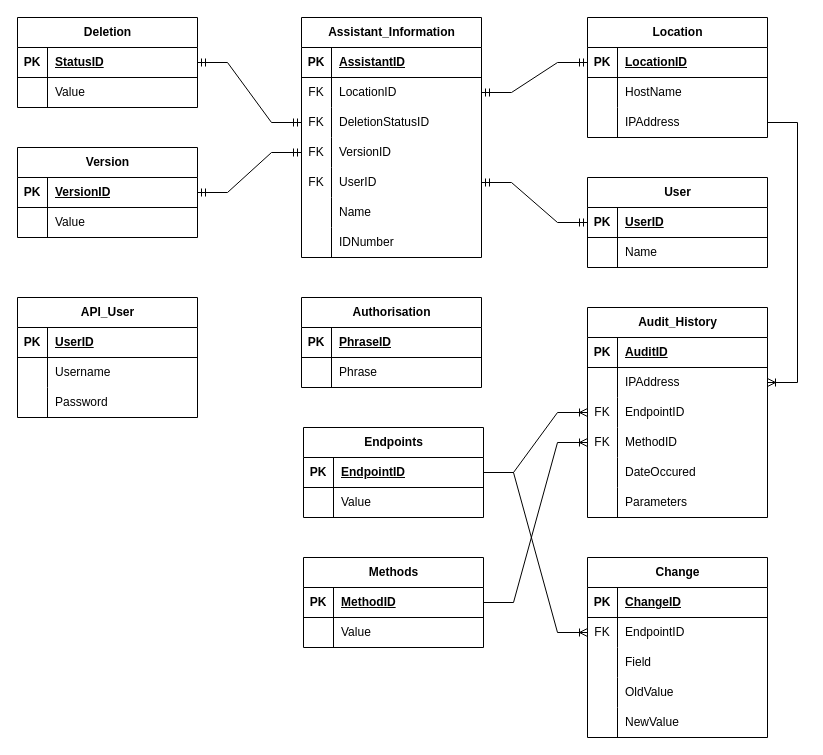
Above: Database ERD.drawio in LegendarySpork9/Hunter-Industries-API (draw.io), before the change. Source tidied: cells renumbered, new cells numbered last; positions are measured from the earlier drawing's top-left corner, leaving out a move shared by most shapes. Both pictures are drawn from the tidied source at 100%, with x=0, y=0 at pixel (17, 17).
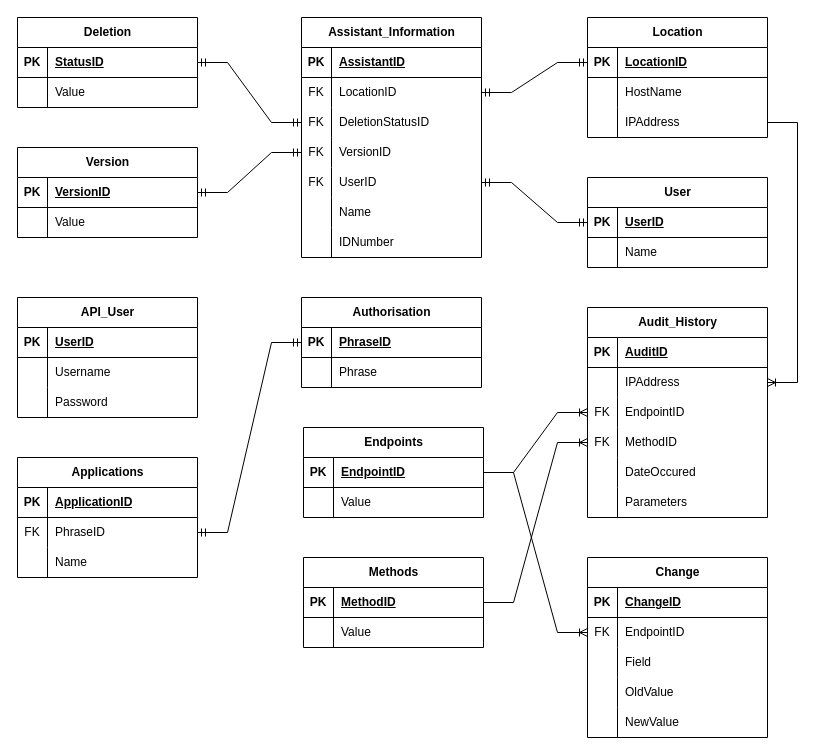
After the change.

Commit message:
API Database ERD

The change refers to these unchanged cells:
```xml
<mxCell id="3" style="shape=tableRow;horizontal=0;startSize=0;swimlaneHead=0;swimlaneBody=0;fillColor=none;points=[[0,0.5],[1,0.5]];portConstraint=eastwest;top=0;left=0;right=0;bottom=1;" parent="2" vertex="1">
  <mxGeometry y="30" width="180" height="30" as="geometry" />
</mxCell>
```

Change to the diagram source:
```diff
@@
+    <mxCell id="129" value="Applications" style="shape=table;startSize=30;childLayout=tableLayout;rowLines=0;fontStyle=1;align=center;html=1;" parent="1" vertex="1">
+      <mxGeometry y="440" width="180" height="120" as="geometry" />
+    </mxCell>
+    <mxCell id="130" style="shape=tableRow;horizontal=0;startSize=0;swimlaneHead=0;swimlaneBody=0;fillColor=none;top=0;left=0;right=0;bottom=1;" parent="129" vertex="1">
+      <mxGeometry y="30" width="180" height="30" as="geometry" />
+    </mxCell>
+    <mxCell id="131" value="PK" style="shape=partialRectangle;fillColor=none;top=0;left=0;bottom=0;right=0;fontStyle=1;overflow=hidden;whiteSpace=wrap;html=1;" parent="130" vertex="1">
+      <mxGeometry width="30" height="30" as="geometry" />
+    </mxCell>
+    <mxCell id="132" value="ApplicationID" style="shape=partialRectangle;fillColor=none;top=0;left=0;bottom=0;right=0;align=left;spacingLeft=6;fontStyle=5;overflow=hidden;whiteSpace=wrap;html=1;" parent="130" vertex="1">
+      <mxGeometry x="30" width="150" height="30" as="geometry" />
+    </mxCell>
+    <mxCell id="133" style="shape=tableRow;horizontal=0;startSize=0;swimlaneHead=0;swimlaneBody=0;fillColor=none;points=[[0,0.5],[1,0.5]];portConstraint=eastwest;top=0;left=0;right=0;bottom=0;" parent="129" vertex="1">
+      <mxGeometry y="60" width="180" height="30" as="geometry" />
+    </mxCell>
+    <mxCell id="134" value="FK" style="shape=partialRectangle;fillColor=none;top=0;left=0;bottom=0;right=0;overflow=hidden;whiteSpace=wrap;html=1;" parent="133" vertex="1">
+      <mxGeometry width="30" height="30" as="geometry" />
+    </mxCell>
+    <mxCell id="135" value="PhraseID" style="shape=partialRectangle;fillColor=none;top=0;left=0;bottom=0;right=0;align=left;spacingLeft=6;overflow=hidden;whiteSpace=wrap;html=1;" parent="133" vertex="1">
+      <mxGeometry x="30" width="150" height="30" as="geometry" />
+    </mxCell>
+    <mxCell id="136" style="shape=tableRow;horizontal=0;startSize=0;swimlaneHead=0;swimlaneBody=0;fillColor=none;top=0;left=0;right=0;bottom=0;" parent="129" vertex="1">
+      <mxGeometry y="90" width="180" height="30" as="geometry" />
+    </mxCell>
+    <mxCell id="137" style="shape=partialRectangle;fillColor=none;top=0;left=0;bottom=0;right=0;overflow=hidden;whiteSpace=wrap;html=1;" parent="136" vertex="1">
+      <mxGeometry width="30" height="30" as="geometry" />
+    </mxCell>
+    <mxCell id="138" value="Name" style="shape=partialRectangle;fillColor=none;top=0;left=0;bottom=0;right=0;align=left;spacingLeft=6;overflow=hidden;whiteSpace=wrap;html=1;" parent="136" vertex="1">
+      <mxGeometry x="30" width="150" height="30" as="geometry" />
+    </mxCell>
+    <mxCell id="139" style="edgeStyle=entityRelationEdgeStyle;fontSize=12;html=1;endArrow=ERmandOne;startArrow=ERmandOne;rounded=0;exitX=1;exitY=0.5;exitDx=0;exitDy=0;entryX=0;entryY=0.5;entryDx=0;entryDy=0;" parent="1" edge="1" source="133" target="3">
+      <mxGeometry relative="1" as="geometry" />
+    </mxCell>
```
